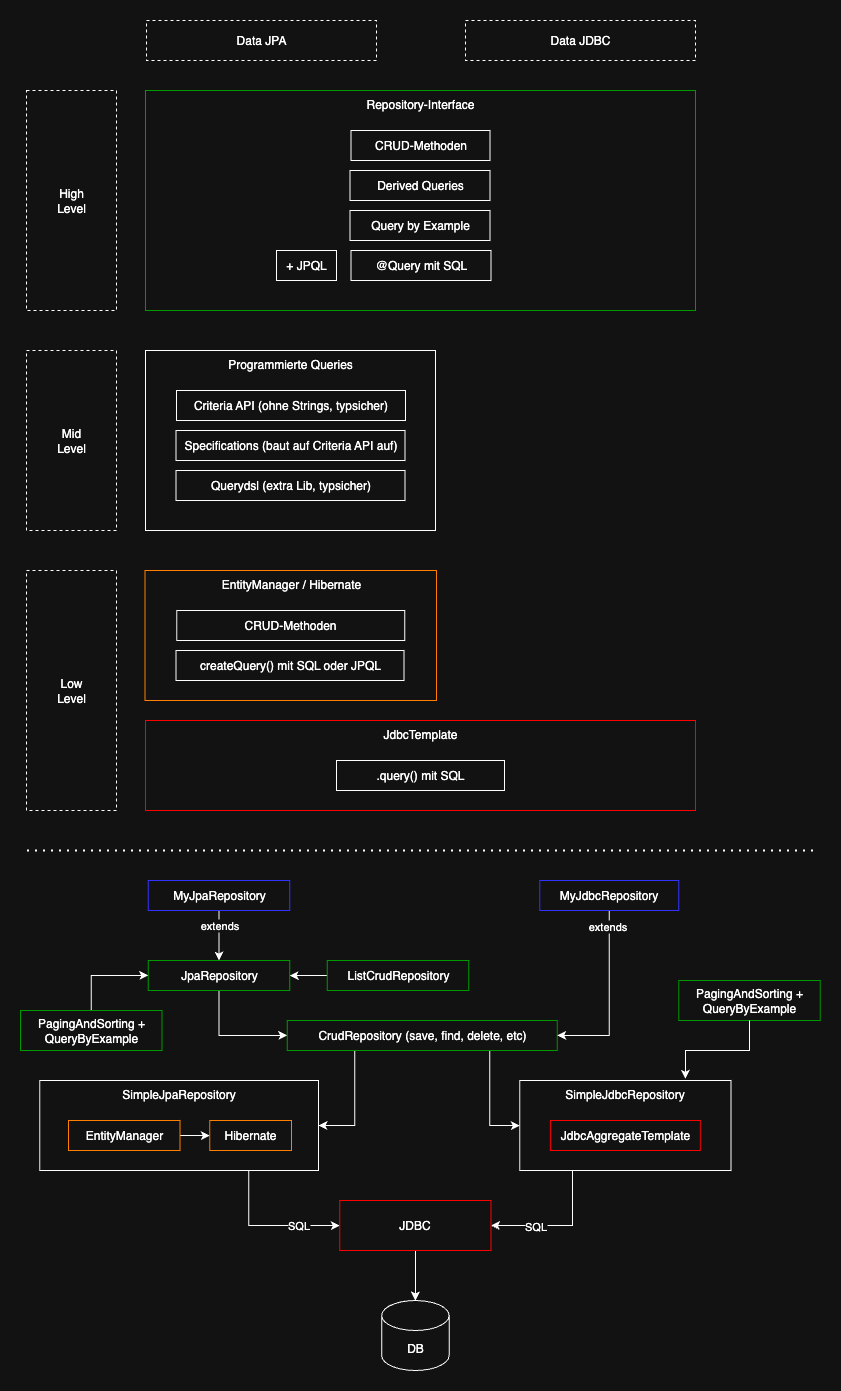
Before: images/spring-data-access-options.drawio.png, a diagram exported from draw.io (coc-university/spring-data-guide). Source tidied: cells renumbered, new cells last; positions are measured from the earlier drawing's top-left corner, leaving out a move shared by most shapes. Source of this version:
```xml
<mxGraphModel>
  <root>
    <mxCell id="0" />
    <mxCell id="1" parent="0" />
    <mxCell id="2" value="EntityManager / Hibernate" style="rounded=0;whiteSpace=wrap;html=1;verticalAlign=top;strokeColor=#FF8000;" parent="1" vertex="1">
      <mxGeometry x="124.5" y="550" width="291.5" height="130" as="geometry" />
    </mxCell>
    <mxCell id="3" value="Repository-Interface" style="rounded=0;whiteSpace=wrap;html=1;verticalAlign=top;strokeColor=#009900;" parent="1" vertex="1">
      <mxGeometry x="125" y="70" width="550" height="220" as="geometry" />
    </mxCell>
    <mxCell id="4" value="CRUD-Methoden" style="rounded=0;whiteSpace=wrap;html=1;verticalAlign=middle;" parent="1" vertex="1">
      <mxGeometry x="330.5" y="110" width="139" height="30" as="geometry" />
    </mxCell>
    <mxCell id="5" value="Derived Queries" style="rounded=0;whiteSpace=wrap;html=1;verticalAlign=middle;" parent="1" vertex="1">
      <mxGeometry x="329.5" y="150" width="140" height="30" as="geometry" />
    </mxCell>
    <mxCell id="6" value="Data JPA" style="rounded=0;whiteSpace=wrap;html=1;dashed=1;" parent="1" vertex="1">
      <mxGeometry x="126" width="230" height="40" as="geometry" />
    </mxCell>
    <mxCell id="7" value="Data JDBC" style="rounded=0;whiteSpace=wrap;html=1;dashed=1;" parent="1" vertex="1">
      <mxGeometry x="445" width="230" height="40" as="geometry" />
    </mxCell>
    <mxCell id="8" value="Programmierte Queries" style="rounded=0;whiteSpace=wrap;html=1;verticalAlign=top;" parent="1" vertex="1">
      <mxGeometry x="125" y="330" width="290" height="180" as="geometry" />
    </mxCell>
    <mxCell id="9" value="Criteria API (ohne Strings, typsicher)" style="rounded=0;whiteSpace=wrap;html=1;verticalAlign=middle;" parent="1" vertex="1">
      <mxGeometry x="156" y="370" width="229" height="30" as="geometry" />
    </mxCell>
    <mxCell id="10" value="CRUD-Methoden" style="rounded=0;whiteSpace=wrap;html=1;verticalAlign=middle;" parent="1" vertex="1">
      <mxGeometry x="156.2" y="590" width="228" height="30" as="geometry" />
    </mxCell>
    <mxCell id="11" value="JdbcTemplate" style="rounded=0;whiteSpace=wrap;html=1;verticalAlign=top;strokeColor=#FF0000;" parent="1" vertex="1">
      <mxGeometry x="125" y="700" width="550" height="90" as="geometry" />
    </mxCell>
    <mxCell id="12" value=".query() mit SQL" style="rounded=0;whiteSpace=wrap;html=1;verticalAlign=middle;" parent="1" vertex="1">
      <mxGeometry x="316" y="740" width="168" height="30" as="geometry" />
    </mxCell>
    <mxCell id="13" value="Specifications (baut auf Criteria API auf)" style="rounded=0;whiteSpace=wrap;html=1;verticalAlign=middle;" parent="1" vertex="1">
      <mxGeometry x="155.5" y="410" width="229" height="30" as="geometry" />
    </mxCell>
    <mxCell id="14" value="High&lt;div&gt;Level&lt;/div&gt;" style="rounded=0;whiteSpace=wrap;html=1;dashed=1;" parent="1" vertex="1">
      <mxGeometry x="6" y="70" width="90" height="220" as="geometry" />
    </mxCell>
    <mxCell id="15" value="Mid&lt;div&gt;Level&lt;/div&gt;" style="rounded=0;whiteSpace=wrap;html=1;dashed=1;" parent="1" vertex="1">
      <mxGeometry x="6" y="330" width="90" height="180" as="geometry" />
    </mxCell>
    <mxCell id="16" value="Low&lt;div&gt;Level&lt;/div&gt;" style="rounded=0;whiteSpace=wrap;html=1;dashed=1;" parent="1" vertex="1">
      <mxGeometry x="6" y="550" width="90" height="240" as="geometry" />
    </mxCell>
    <mxCell id="17" value="Query by Example" style="rounded=0;whiteSpace=wrap;html=1;verticalAlign=middle;" parent="1" vertex="1">
      <mxGeometry x="329.5" y="190" width="140" height="30" as="geometry" />
    </mxCell>
    <mxCell id="18" value="Querydsl (extra Lib, typsicher)" style="rounded=0;whiteSpace=wrap;html=1;verticalAlign=middle;" parent="1" vertex="1">
      <mxGeometry x="155.5" y="450" width="229" height="30" as="geometry" />
    </mxCell>
    <mxCell id="19" style="endArrow=none;dashed=1;html=1;dashPattern=1 3;strokeWidth=2;rounded=0;" parent="1" edge="1">
      <mxGeometry relative="1" as="geometry">
        <mxPoint x="6.5" y="830" as="sourcePoint" />
        <mxPoint x="796.5" y="830" as="targetPoint" />
      </mxGeometry>
    </mxCell>
    <mxCell id="20" style="edgeStyle=orthogonalEdgeStyle;rounded=0;jettySize=auto;html=1;exitX=0.5;exitY=1;exitDx=0;exitDy=0;entryX=0;entryY=0.5;entryDx=0;entryDy=0;" parent="1" edge="1" source="21" target="27">
      <mxGeometry relative="1" as="geometry" />
    </mxCell>
    <mxCell id="21" value="JpaRepository" style="rounded=0;whiteSpace=wrap;html=1;verticalAlign=middle;strokeColor=#009900;" parent="1" vertex="1">
      <mxGeometry x="127.8" y="940" width="141.5" height="30" as="geometry" />
    </mxCell>
    <mxCell id="22" style="edgeStyle=orthogonalEdgeStyle;rounded=0;jettySize=auto;html=1;exitX=0.5;exitY=1;exitDx=0;exitDy=0;entryX=0.5;entryY=0;entryDx=0;entryDy=0;" parent="1" edge="1" source="24" target="21">
      <mxGeometry relative="1" as="geometry" />
    </mxCell>
    <mxCell id="23" value="extends" style="edgeLabel;html=1;align=center;verticalAlign=middle;" parent="22" vertex="1">
      <mxGeometry x="-0.45" y="-3" relative="1" as="geometry">
        <mxPoint x="3" as="offset" />
      </mxGeometry>
    </mxCell>
    <mxCell id="24" value="MyJpaRepository" style="rounded=0;whiteSpace=wrap;html=1;verticalAlign=middle;strokeColor=#3333FF;" parent="1" vertex="1">
      <mxGeometry x="127.8" y="860" width="141.5" height="30" as="geometry" />
    </mxCell>
    <mxCell id="25" style="edgeStyle=orthogonalEdgeStyle;rounded=0;jettySize=auto;html=1;exitX=0.75;exitY=1;exitDx=0;exitDy=0;entryX=0;entryY=0.5;entryDx=0;entryDy=0;" parent="1" edge="1" source="27" target="38">
      <mxGeometry relative="1" as="geometry" />
    </mxCell>
    <mxCell id="26" style="edgeStyle=orthogonalEdgeStyle;rounded=0;jettySize=auto;html=1;exitX=0.25;exitY=1;exitDx=0;exitDy=0;entryX=1;entryY=0.5;entryDx=0;entryDy=0;" parent="1" edge="1" source="27" target="30">
      <mxGeometry relative="1" as="geometry" />
    </mxCell>
    <mxCell id="27" value="CrudRepository (save, find, delete, etc)" style="rounded=0;whiteSpace=wrap;html=1;verticalAlign=middle;strokeColor=#009900;" parent="1" vertex="1">
      <mxGeometry x="266.8" y="1000" width="270" height="30" as="geometry" />
    </mxCell>
    <mxCell id="28" style="edgeStyle=orthogonalEdgeStyle;rounded=0;jettySize=auto;html=1;exitX=0.75;exitY=1;exitDx=0;exitDy=0;entryX=0;entryY=0.5;entryDx=0;entryDy=0;" parent="1" edge="1" source="30" target="51">
      <mxGeometry relative="1" as="geometry" />
    </mxCell>
    <mxCell id="29" value="SQL" style="edgeLabel;html=1;align=center;verticalAlign=middle;" parent="28" vertex="1">
      <mxGeometry x="0.42" y="1" relative="1" as="geometry" />
    </mxCell>
    <mxCell id="30" value="SimpleJpaRepository" style="rounded=0;whiteSpace=wrap;html=1;verticalAlign=top;" parent="1" vertex="1">
      <mxGeometry x="19.2" y="1060" width="278.8" height="90" as="geometry" />
    </mxCell>
    <mxCell id="31" style="edgeStyle=orthogonalEdgeStyle;rounded=0;jettySize=auto;html=1;" parent="1" edge="1" source="32" target="49">
      <mxGeometry relative="1" as="geometry" />
    </mxCell>
    <mxCell id="32" value="EntityManager" style="rounded=0;whiteSpace=wrap;html=1;verticalAlign=middle;strokeColor=#FF8000;" parent="1" vertex="1">
      <mxGeometry x="48" y="1100" width="111.5" height="30" as="geometry" />
    </mxCell>
    <mxCell id="33" style="edgeStyle=orthogonalEdgeStyle;rounded=0;jettySize=auto;html=1;exitX=0.5;exitY=1;exitDx=0;exitDy=0;entryX=1;entryY=0.5;entryDx=0;entryDy=0;" parent="1" edge="1" source="35" target="27">
      <mxGeometry relative="1" as="geometry" />
    </mxCell>
    <mxCell id="34" value="extends" style="edgeLabel;html=1;align=center;verticalAlign=middle;" parent="33" vertex="1">
      <mxGeometry x="-0.83" y="-2" relative="1" as="geometry" />
    </mxCell>
    <mxCell id="35" value="MyJdbcRepository" style="rounded=0;whiteSpace=wrap;html=1;verticalAlign=middle;strokeColor=#3333FF;" parent="1" vertex="1">
      <mxGeometry x="519.2" y="860" width="139" height="30" as="geometry" />
    </mxCell>
    <mxCell id="36" style="edgeStyle=orthogonalEdgeStyle;rounded=0;jettySize=auto;html=1;exitX=0.25;exitY=1;exitDx=0;exitDy=0;entryX=1;entryY=0.5;entryDx=0;entryDy=0;" parent="1" edge="1" source="38" target="51">
      <mxGeometry relative="1" as="geometry" />
    </mxCell>
    <mxCell id="37" value="SQL" style="edgeLabel;html=1;align=center;verticalAlign=middle;" parent="36" vertex="1">
      <mxGeometry x="0.36" relative="1" as="geometry" />
    </mxCell>
    <mxCell id="38" value="SimpleJdbcRepository" style="rounded=0;whiteSpace=wrap;html=1;verticalAlign=top;" parent="1" vertex="1">
      <mxGeometry x="499.2" y="1060" width="211.2" height="90" as="geometry" />
    </mxCell>
    <mxCell id="39" value="JdbcAggregateTemplate" style="rounded=0;whiteSpace=wrap;html=1;verticalAlign=middle;strokeColor=#FF0000;" parent="1" vertex="1">
      <mxGeometry x="529.9" y="1100" width="150" height="30" as="geometry" />
    </mxCell>
    <mxCell id="40" style="edgeStyle=orthogonalEdgeStyle;rounded=0;jettySize=auto;html=1;exitX=0.5;exitY=0;exitDx=0;exitDy=0;entryX=0;entryY=0.5;entryDx=0;entryDy=0;" parent="1" edge="1" source="41" target="21">
      <mxGeometry relative="1" as="geometry" />
    </mxCell>
    <mxCell id="41" value="PagingAndSorting +&lt;div&gt;QueryByExample&lt;/div&gt;" style="rounded=0;whiteSpace=wrap;html=1;verticalAlign=middle;strokeColor=#009900;" parent="1" vertex="1">
      <mxGeometry y="990" width="141.5" height="40" as="geometry" />
    </mxCell>
    <mxCell id="42" value="PagingAndSorting +&lt;div&gt;QueryByExample&lt;/div&gt;" style="rounded=0;whiteSpace=wrap;html=1;verticalAlign=middle;strokeColor=#009900;" parent="1" vertex="1">
      <mxGeometry x="658.2" y="960" width="141.5" height="40" as="geometry" />
    </mxCell>
    <mxCell id="43" style="edgeStyle=orthogonalEdgeStyle;rounded=0;jettySize=auto;html=1;exitX=0.5;exitY=1;exitDx=0;exitDy=0;entryX=0.784;entryY=-0.02;entryDx=0;entryDy=0;entryPerimeter=0;" parent="1" edge="1" source="42" target="38">
      <mxGeometry relative="1" as="geometry" />
    </mxCell>
    <mxCell id="44" value="createQuery() mit SQL oder JPQL" style="rounded=0;whiteSpace=wrap;html=1;verticalAlign=middle;" parent="1" vertex="1">
      <mxGeometry x="155.5" y="630" width="228" height="30" as="geometry" />
    </mxCell>
    <mxCell id="45" value="+ JPQL" style="rounded=0;whiteSpace=wrap;html=1;verticalAlign=middle;" parent="1" vertex="1">
      <mxGeometry x="256" y="230" width="60" height="30" as="geometry" />
    </mxCell>
    <mxCell id="46" value="@Query mit SQL" style="rounded=0;whiteSpace=wrap;html=1;verticalAlign=middle;" parent="1" vertex="1">
      <mxGeometry x="330.5" y="230" width="140" height="30" as="geometry" />
    </mxCell>
    <mxCell id="47" style="edgeStyle=orthogonalEdgeStyle;rounded=0;jettySize=auto;html=1;" parent="1" edge="1" source="48" target="21">
      <mxGeometry relative="1" as="geometry" />
    </mxCell>
    <mxCell id="48" value="ListCrudRepository" style="rounded=0;whiteSpace=wrap;html=1;verticalAlign=middle;strokeColor=#009900;" parent="1" vertex="1">
      <mxGeometry x="306.8" y="940" width="141.5" height="30" as="geometry" />
    </mxCell>
    <mxCell id="49" value="Hibernate" style="rounded=0;whiteSpace=wrap;html=1;verticalAlign=middle;strokeColor=#FF8000;" parent="1" vertex="1">
      <mxGeometry x="189.2" y="1100" width="81.8" height="30" as="geometry" />
    </mxCell>
    <mxCell id="50" style="edgeStyle=orthogonalEdgeStyle;rounded=0;jettySize=auto;html=1;" parent="1" edge="1" source="51" target="52">
      <mxGeometry relative="1" as="geometry" />
    </mxCell>
    <mxCell id="51" value="JDBC" style="rounded=0;whiteSpace=wrap;html=1;verticalAlign=middle;strokeColor=#FF0000;" parent="1" vertex="1">
      <mxGeometry x="319.2" y="1180" width="151.2" height="50" as="geometry" />
    </mxCell>
    <mxCell id="52" value="DB" style="shape=cylinder3;whiteSpace=wrap;html=1;boundedLbl=1;backgroundOutline=1;size=15;" parent="1" vertex="1">
      <mxGeometry x="361.1" y="1280" width="67.5" height="70" as="geometry" />
    </mxCell>
  </root>
</mxGraphModel>
```
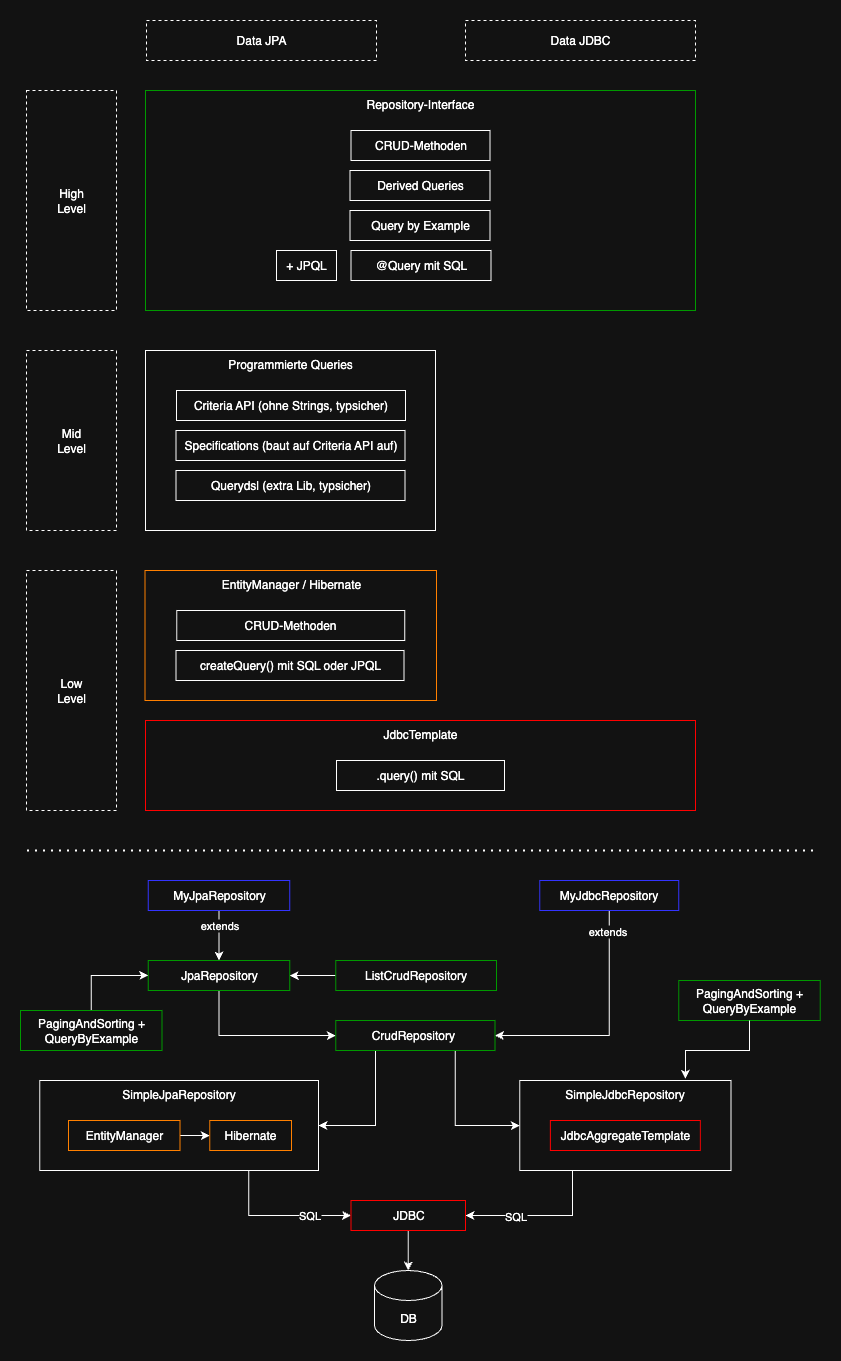
Later version of the same file.

Change to the diagram source:
```diff
@@ -82,8 +82,8 @@
     <mxCell id="26" style="edgeStyle=orthogonalEdgeStyle;rounded=0;jettySize=auto;html=1;exitX=0.25;exitY=1;exitDx=0;exitDy=0;entryX=1;entryY=0.5;entryDx=0;entryDy=0;" parent="1" edge="1" source="27" target="30">
       <mxGeometry relative="1" as="geometry" />
     </mxCell>
-    <mxCell id="27" value="CrudRepository (save, find, delete, etc)" style="rounded=0;whiteSpace=wrap;html=1;verticalAlign=middle;strokeColor=#009900;" parent="1" vertex="1">
-      <mxGeometry x="266.8" y="1000" width="270" height="30" as="geometry" />
+    <mxCell id="27" value="CrudRepository&amp;nbsp;" style="rounded=0;whiteSpace=wrap;html=1;verticalAlign=middle;strokeColor=#009900;" parent="1" vertex="1">
+      <mxGeometry x="315.2" y="1000" width="159.2" height="30" as="geometry" />
     </mxCell>
     <mxCell id="28" style="edgeStyle=orthogonalEdgeStyle;rounded=0;jettySize=auto;html=1;exitX=0.75;exitY=1;exitDx=0;exitDy=0;entryX=0;entryY=0.5;entryDx=0;entryDy=0;" parent="1" edge="1" source="30" target="51">
       <mxGeometry relative="1" as="geometry" />
@@ -146,7 +146,7 @@
       <mxGeometry relative="1" as="geometry" />
     </mxCell>
     <mxCell id="48" value="ListCrudRepository" style="rounded=0;whiteSpace=wrap;html=1;verticalAlign=middle;strokeColor=#009900;" parent="1" vertex="1">
-      <mxGeometry x="306.8" y="940" width="141.5" height="30" as="geometry" />
+      <mxGeometry x="315.2" y="940" width="160.8" height="30" as="geometry" />
     </mxCell>
     <mxCell id="49" value="Hibernate" style="rounded=0;whiteSpace=wrap;html=1;verticalAlign=middle;strokeColor=#FF8000;" parent="1" vertex="1">
       <mxGeometry x="189.2" y="1100" width="81.8" height="30" as="geometry" />
@@ -155,10 +155,10 @@
       <mxGeometry relative="1" as="geometry" />
     </mxCell>
     <mxCell id="51" value="JDBC" style="rounded=0;whiteSpace=wrap;html=1;verticalAlign=middle;strokeColor=#FF0000;" parent="1" vertex="1">
-      <mxGeometry x="319.2" y="1180" width="151.2" height="50" as="geometry" />
+      <mxGeometry x="330.5" y="1180" width="114.5" height="30" as="geometry" />
     </mxCell>
     <mxCell id="52" value="DB" style="shape=cylinder3;whiteSpace=wrap;html=1;boundedLbl=1;backgroundOutline=1;size=15;" parent="1" vertex="1">
-      <mxGeometry x="361.1" y="1280" width="67.5" height="70" as="geometry" />
+      <mxGeometry x="354" y="1250" width="67.5" height="70" as="geometry" />
     </mxCell>
   </root>
 </mxGraphModel>
```
